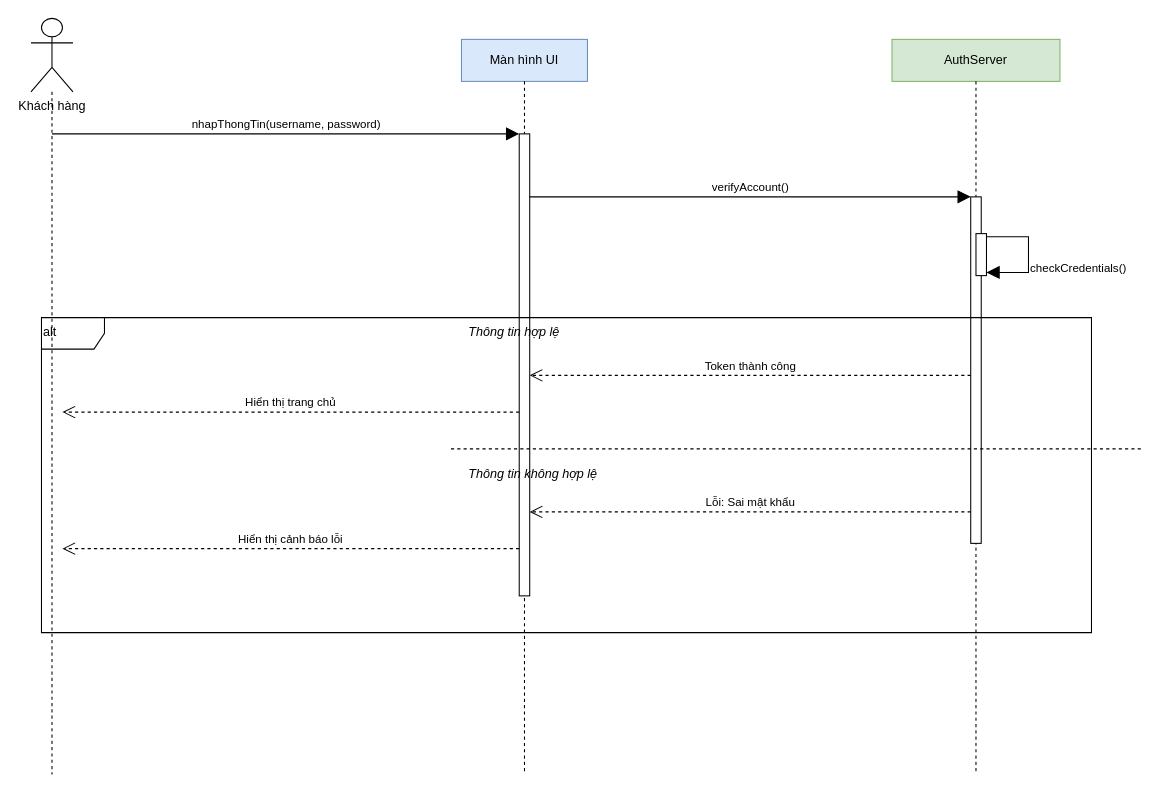
Earlier version of the draw.io diagram dangnhap-sequence.drawio (IT105-Analysis-of-system-design/Session_10-Ex1). Source tidied: cells renumbered, new cells numbered last; positions are measured from the earlier drawing's top-left corner, leaving out a move shared by most shapes. Both pictures are drawn from the tidied source at 105%, with x=0, y=0 at pixel (30, 18).
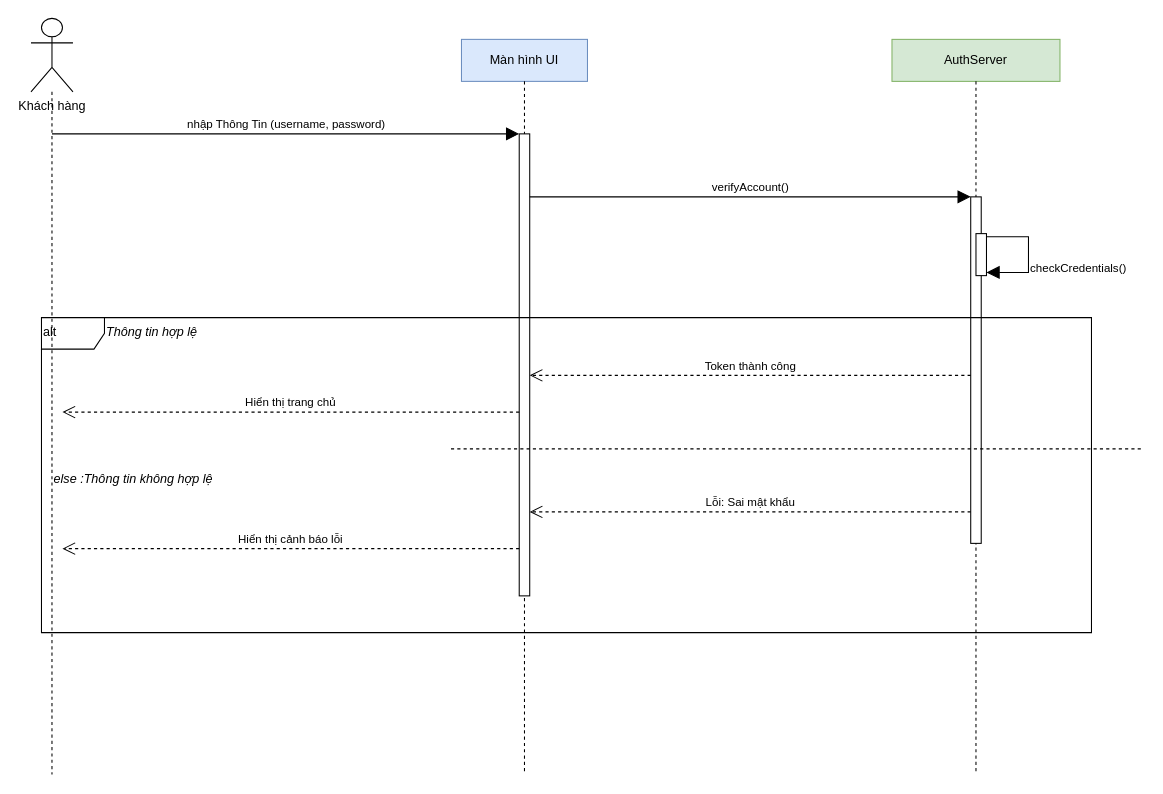
Above is the later version.

The edit, as a diff of the source:
```diff
@@
     <mxCell id="13" value="Thông tin hợp lệ" style="text;html=1;align=left;verticalAlign=top;fontStyle=2;fontSize=12;" parent="1" vertex="1">
-      <mxGeometry x="415" y="285" width="200" height="20" as="geometry" />
+      <mxGeometry x="70" y="285" width="200" height="20" as="geometry" />
     </mxCell>
-    <mxCell id="14" value="Thông tin không hợp lệ" style="text;html=1;align=left;verticalAlign=top;fontStyle=2;fontSize=12;" parent="1" vertex="1">
-      <mxGeometry x="415" y="420" width="220" height="20" as="geometry" />
+    <mxCell id="14" value="else :Thông tin không hợp lệ" style="text;html=1;align=left;verticalAlign=top;fontStyle=2;fontSize=12;" parent="1" vertex="1">
+      <mxGeometry x="20" y="425" width="220" height="20" as="geometry" />
     </mxCell>
-    <mxCell id="15" value="nhapThongTin(username, password)" style="html=1;verticalAlign=bottom;endArrow=block;endFill=1;endSize=10;fontSize=11;" parent="1" edge="1">
+    <mxCell id="15" value="&lt;div&gt;&lt;br&gt;&lt;/div&gt;nhập Thông Tin (username, password)" style="html=1;verticalAlign=bottom;endArrow=block;endFill=1;endSize=10;fontSize=11;" parent="1" edge="1">
       <mxGeometry relative="1" as="geometry">
         <mxPoint x="20" y="110" as="sourcePoint" />
         <mxPoint x="465" y="110" as="targetPoint" />
       </mxGeometry>
     </mxCell>
```
